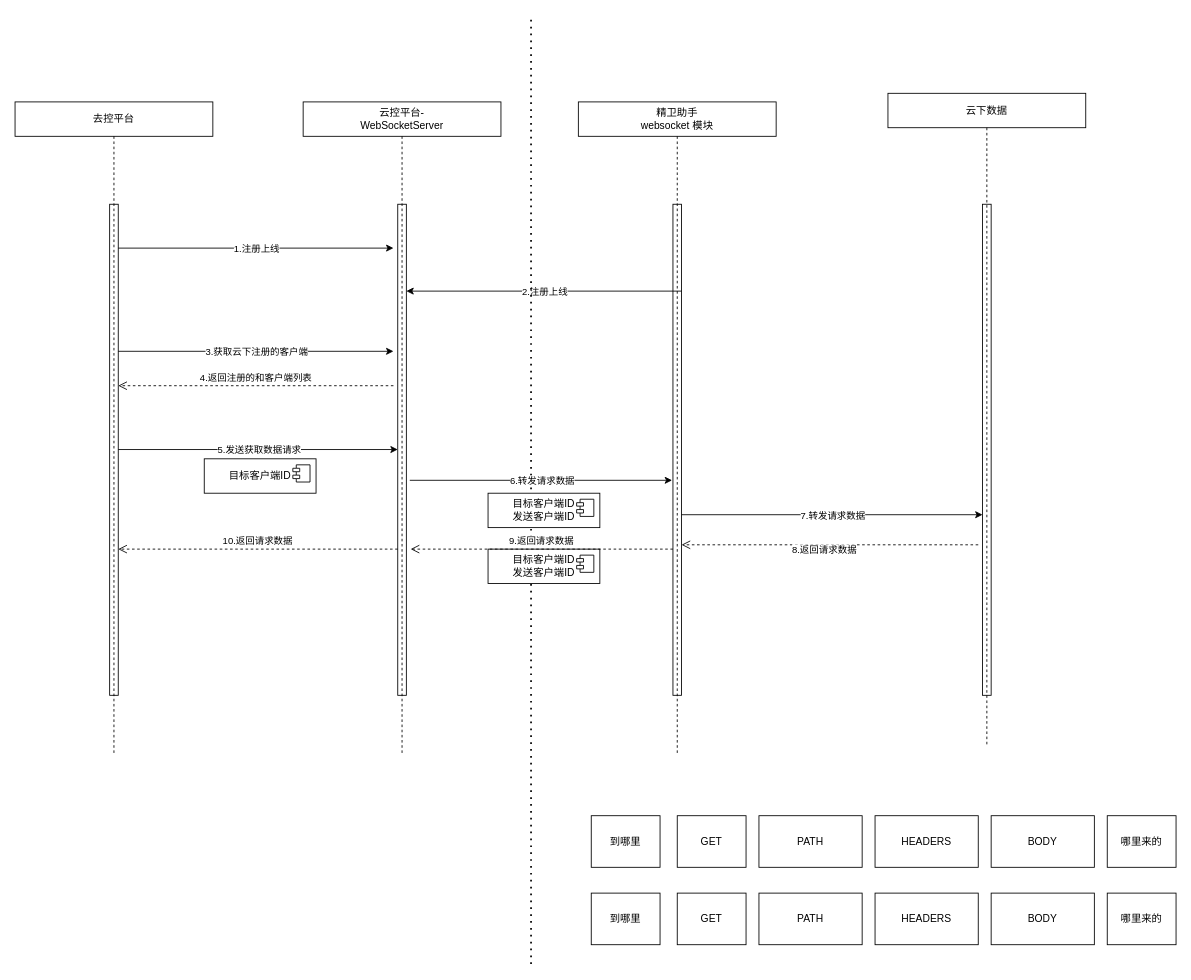
Above: 云控平台.drawio in Snuger/draw (draw.io), before the change. Source tidied: cells renumbered, new cells numbered last; positions are measured from the earlier drawing's top-left corner, leaving out a move shared by most shapes. Both pictures are drawn from the tidied source at 86%, with x=0, y=0 at pixel (15, 15).
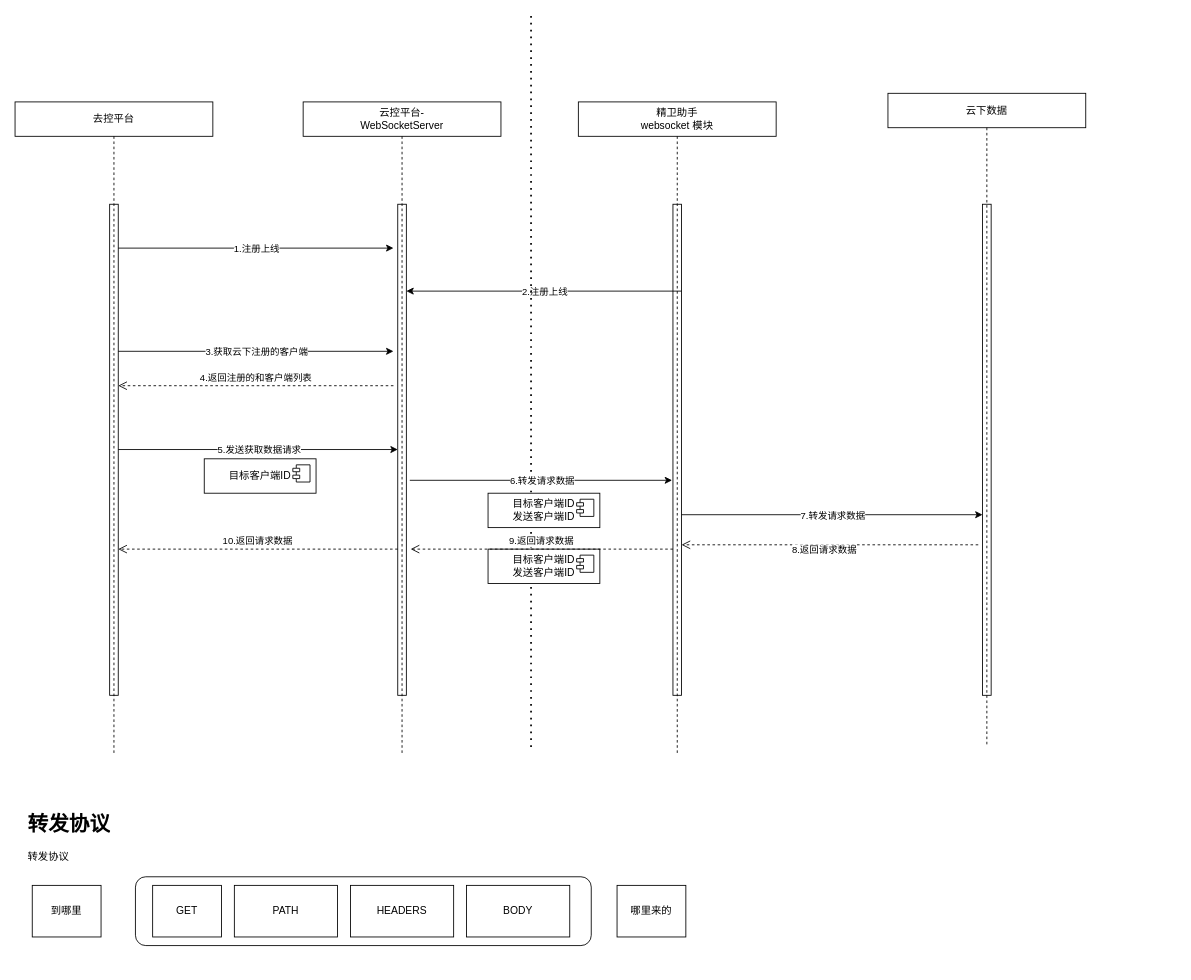
Above is the later version.

Commit message:
更新云控平台.drawio

Diff of the diagram source:
```diff
@@
+    <mxCell id="45" style="rounded=1;whiteSpace=wrap;html=1;" parent="1" vertex="1">
+      <mxGeometry x="140" y="1001" width="530" height="80" as="geometry" />
+    </mxCell>
@@
     <mxCell id="10" style="endArrow=none;dashed=1;html=1;dashPattern=1 3;strokeWidth=2;rounded=0;" parent="1" edge="1">
       <mxGeometry relative="1" as="geometry">
-        <mxPoint x="600" y="1102.5" as="sourcePoint" />
+        <mxPoint x="600" y="850" as="sourcePoint" />
         <mxPoint x="600" as="targetPoint" />
       </mxGeometry>
     </mxCell>
@@
     <mxCell id="33" value="GET" style="rounded=0;whiteSpace=wrap;html=1;" parent="1" vertex="1">
-      <mxGeometry x="770" y="930" width="80" height="60" as="geometry" />
+      <mxGeometry x="160" y="1011" width="80" height="60" as="geometry" />
     </mxCell>
     <mxCell id="34" value="PATH" style="rounded=0;whiteSpace=wrap;html=1;" parent="1" vertex="1">
-      <mxGeometry x="865" y="930" width="120" height="60" as="geometry" />
+      <mxGeometry x="255" y="1011" width="120" height="60" as="geometry" />
     </mxCell>
     <mxCell id="35" value="HEADERS" style="rounded=0;whiteSpace=wrap;html=1;" parent="1" vertex="1">
-      <mxGeometry x="1000" y="930" width="120" height="60" as="geometry" />
+      <mxGeometry x="390" y="1011" width="120" height="60" as="geometry" />
     </mxCell>
     <mxCell id="36" value="BODY" style="rounded=0;whiteSpace=wrap;html=1;" parent="1" vertex="1">
-      <mxGeometry x="1135" y="930" width="120" height="60" as="geometry" />
+      <mxGeometry x="525" y="1011" width="120" height="60" as="geometry" />
     </mxCell>
     <mxCell id="37" value="到哪里" style="rounded=0;whiteSpace=wrap;html=1;" parent="1" vertex="1">
-      <mxGeometry x="670" y="930" width="80" height="60" as="geometry" />
+      <mxGeometry x="20" y="1011" width="80" height="60" as="geometry" />
     </mxCell>
     <mxCell id="38" value="哪里来的" style="rounded=0;whiteSpace=wrap;html=1;" parent="1" vertex="1">
-      <mxGeometry x="1270" y="930" width="80" height="60" as="geometry" />
+      <mxGeometry x="700" y="1011" width="80" height="60" as="geometry" />
     </mxCell>
-    <mxCell id="39" value="GET" style="rounded=0;whiteSpace=wrap;html=1;" parent="1" vertex="1">
-      <mxGeometry x="770" y="1020" width="80" height="60" as="geometry" />
-    </mxCell>
-    <mxCell id="40" value="PATH" style="rounded=0;whiteSpace=wrap;html=1;" parent="1" vertex="1">
-      <mxGeometry x="865" y="1020" width="120" height="60" as="geometry" />
-    </mxCell>
-    <mxCell id="41" value="HEADERS" style="rounded=0;whiteSpace=wrap;html=1;" parent="1" vertex="1">
-      <mxGeometry x="1000" y="1020" width="120" height="60" as="geometry" />
-    </mxCell>
-    <mxCell id="42" value="BODY" style="rounded=0;whiteSpace=wrap;html=1;" parent="1" vertex="1">
-      <mxGeometry x="1135" y="1020" width="120" height="60" as="geometry" />
-    </mxCell>
-    <mxCell id="43" value="到哪里" style="rounded=0;whiteSpace=wrap;html=1;" parent="1" vertex="1">
-      <mxGeometry x="670" y="1020" width="80" height="60" as="geometry" />
-    </mxCell>
-    <mxCell id="44" value="哪里来的" style="rounded=0;whiteSpace=wrap;html=1;" parent="1" vertex="1">
-      <mxGeometry x="1270" y="1020" width="80" height="60" as="geometry" />
-    </mxCell>
+    <mxCell id="46" value="&lt;h1&gt;转发协议&lt;/h1&gt;&lt;p&gt;转发协议&lt;/p&gt;" style="text;html=1;strokeColor=none;fillColor=none;spacing=5;spacingTop=-20;whiteSpace=wrap;overflow=hidden;rounded=0;" parent="1" vertex="1">
+      <mxGeometry x="10" y="920" width="190" height="70" as="geometry" />
+    </mxCell>
```
